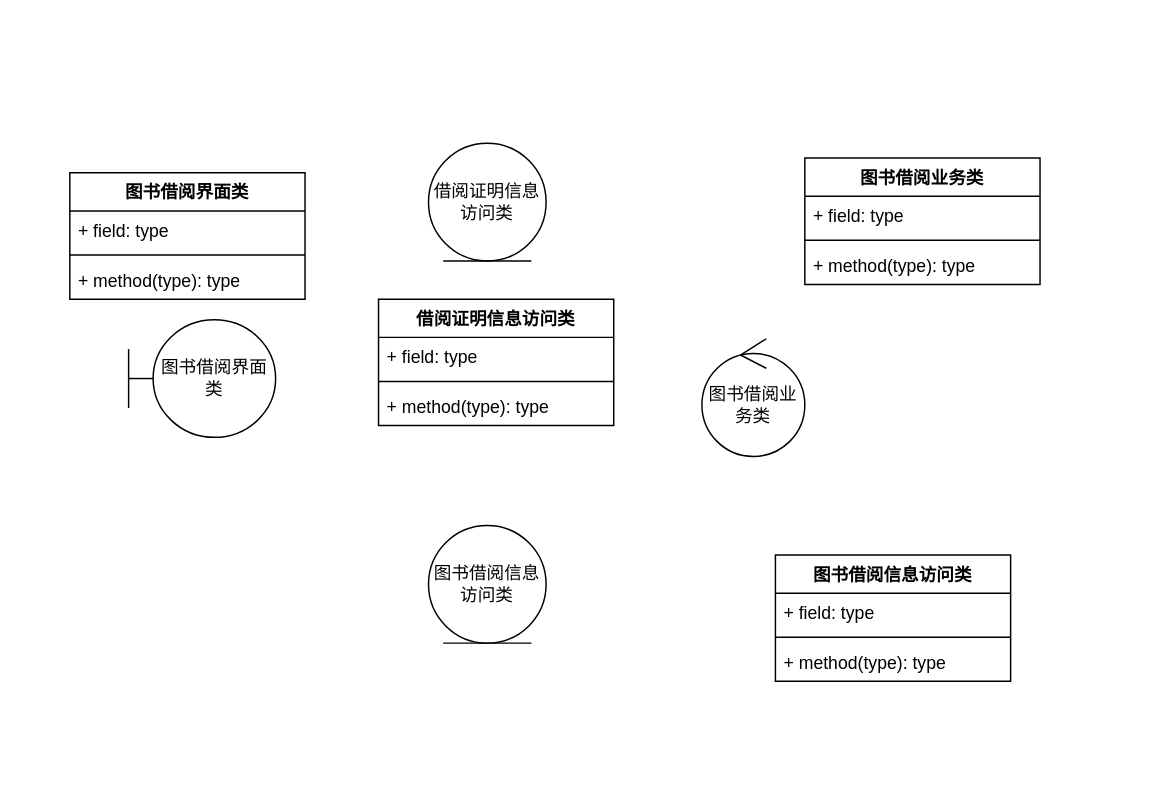
Above: 类和接口.drawio in liuyang0228/text (draw.io), before the change. Source tidied: cells renumbered, new cells numbered last; positions are measured from the earlier drawing's top-left corner, leaving out a move shared by most shapes. Both pictures are drawn from the tidied source at 147%, with x=0, y=0 at pixel (69, 143).
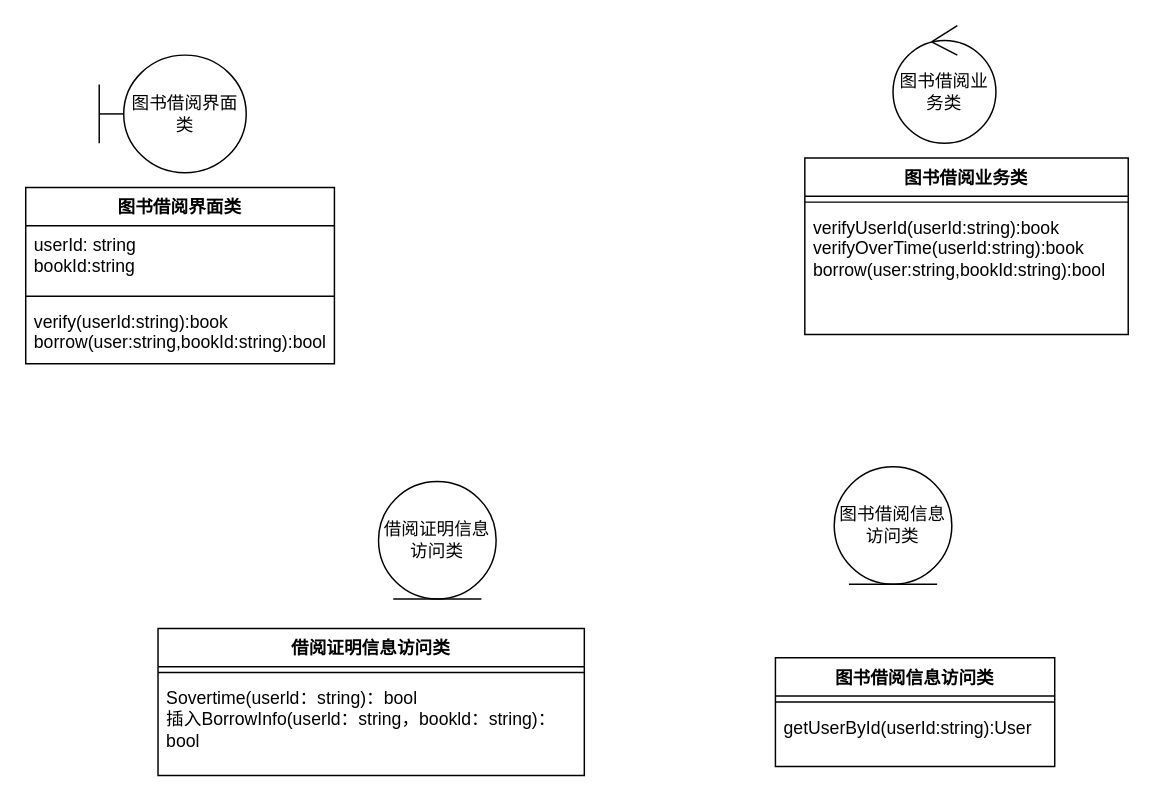
The same diagram, later.

Commit message (it also covers changes not shown here):
更新类和接口.drawio

Diff of the diagram source:
```diff
@@
     <mxCell id="2" value="图书借阅界面类" style="shape=umlBoundary;whiteSpace=wrap;html=1;" parent="1" vertex="1">
-      <mxGeometry x="40" y="120" width="100" height="80" as="geometry" />
+      <mxGeometry x="20" y="-60" width="100" height="80" as="geometry" />
     </mxCell>
     <mxCell id="3" value="借阅证明信息访问类" style="ellipse;shape=umlEntity;whiteSpace=wrap;html=1;" parent="1" vertex="1">
-      <mxGeometry x="244" width="80" height="80" as="geometry" />
+      <mxGeometry x="210" y="230" width="80" height="80" as="geometry" />
     </mxCell>
     <mxCell id="4" value="图书借阅业务类" style="ellipse;shape=umlControl;whiteSpace=wrap;html=1;" parent="1" vertex="1">
-      <mxGeometry x="430" y="133" width="70" height="80" as="geometry" />
+      <mxGeometry x="560" y="-80" width="70" height="80" as="geometry" />
     </mxCell>
     <mxCell id="5" value="图书借阅信息访问类" style="ellipse;shape=umlEntity;whiteSpace=wrap;html=1;" parent="1" vertex="1">
-      <mxGeometry x="244" y="260" width="80" height="80" as="geometry" />
+      <mxGeometry x="520" y="220" width="80" height="80" as="geometry" />
     </mxCell>
     <mxCell id="6" value="图书借阅界面类" style="swimlane;fontStyle=1;align=center;verticalAlign=top;horizontal=1;startSize=26;whiteSpace=wrap;html=1;" parent="1" vertex="1">
-      <mxGeometry y="20" width="160" height="86" as="geometry" />
+      <mxGeometry x="-30" y="30" width="210" height="120" as="geometry" />
     </mxCell>
-    <mxCell id="7" value="+ field: type" style="text;strokeColor=none;fillColor=none;align=left;verticalAlign=top;spacingLeft=4;spacingRight=4;overflow=hidden;whiteSpace=wrap;html=1;" parent="6" vertex="1">
-      <mxGeometry y="26" width="160" height="26" as="geometry" />
+    <mxCell id="7" value="userId: string&lt;br&gt;bookId:string" style="text;strokeColor=none;fillColor=none;align=left;verticalAlign=top;spacingLeft=4;spacingRight=4;overflow=hidden;whiteSpace=wrap;html=1;" parent="6" vertex="1">
+      <mxGeometry y="26" width="210" height="44" as="geometry" />
     </mxCell>
     <mxCell id="8" style="line;strokeWidth=1;fillColor=none;align=left;verticalAlign=middle;spacingTop=-1;spacingLeft=3;spacingRight=3;labelPosition=right;strokeColor=inherit;" parent="6" vertex="1">
-      <mxGeometry y="52" width="160" height="8" as="geometry" />
+      <mxGeometry y="70" width="210" height="8" as="geometry" />
     </mxCell>
-    <mxCell id="9" value="+ method(type): type" style="text;strokeColor=none;fillColor=none;align=left;verticalAlign=top;spacingLeft=4;spacingRight=4;overflow=hidden;whiteSpace=wrap;html=1;" parent="6" vertex="1">
-      <mxGeometry y="60" width="160" height="26" as="geometry" />
+    <mxCell id="9" value="verify(userId:string):book&lt;br&gt;borrow(user:string,bookId:string):bool" style="text;strokeColor=none;fillColor=none;align=left;verticalAlign=top;spacingLeft=4;spacingRight=4;overflow=hidden;whiteSpace=wrap;html=1;" parent="6" vertex="1">
+      <mxGeometry y="78" width="210" height="42" as="geometry" />
     </mxCell>
     <mxCell id="10" value="借阅证明信息访问类" style="swimlane;fontStyle=1;align=center;verticalAlign=top;horizontal=1;startSize=26;whiteSpace=wrap;html=1;" parent="1" vertex="1">
-      <mxGeometry x="210" y="106" width="160" height="86" as="geometry" />
+      <mxGeometry x="60" y="330" width="290" height="100" as="geometry" />
     </mxCell>
-    <mxCell id="11" value="+ field: type" style="text;strokeColor=none;fillColor=none;align=left;verticalAlign=top;spacingLeft=4;spacingRight=4;overflow=hidden;whiteSpace=wrap;html=1;" parent="10" vertex="1">
-      <mxGeometry y="26" width="160" height="26" as="geometry" />
-    </mxCell>
     <mxCell id="12" style="line;strokeWidth=1;fillColor=none;align=left;verticalAlign=middle;spacingTop=-1;spacingLeft=3;spacingRight=3;labelPosition=right;strokeColor=inherit;" parent="10" vertex="1">
-      <mxGeometry y="52" width="160" height="8" as="geometry" />
+      <mxGeometry y="26" width="290" height="8" as="geometry" />
     </mxCell>
-    <mxCell id="13" value="+ method(type): type" style="text;strokeColor=none;fillColor=none;align=left;verticalAlign=top;spacingLeft=4;spacingRight=4;overflow=hidden;whiteSpace=wrap;html=1;" parent="10" vertex="1">
-      <mxGeometry y="60" width="160" height="26" as="geometry" />
+    <mxCell id="13" value="&lt;div&gt;&lt;span style=&quot;background-color: initial;&quot;&gt;Sovertime(userld：string)：bool&lt;/span&gt;&lt;br&gt;&lt;/div&gt;&lt;div&gt;插入BorrowInfo(userld：string，bookld：string)：bool&lt;/div&gt;&lt;div&gt;&lt;br&gt;&lt;/div&gt;" style="text;strokeColor=none;fillColor=none;align=left;verticalAlign=top;spacingLeft=4;spacingRight=4;overflow=hidden;whiteSpace=wrap;html=1;" parent="10" vertex="1">
+      <mxGeometry y="34" width="290" height="66" as="geometry" />
     </mxCell>
     <mxCell id="14" value="图书借阅业务类" style="swimlane;fontStyle=1;align=center;verticalAlign=top;horizontal=1;startSize=26;whiteSpace=wrap;html=1;" parent="1" vertex="1">
-      <mxGeometry x="500" y="10" width="160" height="86" as="geometry" />
+      <mxGeometry x="500" y="10" width="220" height="120" as="geometry" />
     </mxCell>
-    <mxCell id="15" value="+ field: type" style="text;strokeColor=none;fillColor=none;align=left;verticalAlign=top;spacingLeft=4;spacingRight=4;overflow=hidden;whiteSpace=wrap;html=1;" parent="14" vertex="1">
-      <mxGeometry y="26" width="160" height="26" as="geometry" />
-    </mxCell>
     <mxCell id="16" style="line;strokeWidth=1;fillColor=none;align=left;verticalAlign=middle;spacingTop=-1;spacingLeft=3;spacingRight=3;labelPosition=right;strokeColor=inherit;" parent="14" vertex="1">
-      <mxGeometry y="52" width="160" height="8" as="geometry" />
+      <mxGeometry y="26" width="220" height="8" as="geometry" />
     </mxCell>
-    <mxCell id="17" value="+ method(type): type" style="text;strokeColor=none;fillColor=none;align=left;verticalAlign=top;spacingLeft=4;spacingRight=4;overflow=hidden;whiteSpace=wrap;html=1;" parent="14" vertex="1">
-      <mxGeometry y="60" width="160" height="26" as="geometry" />
+    <mxCell id="17" value="verifyUserId(userId:string):book&lt;br&gt;verifyOverTime(userId:string):book&lt;br style=&quot;border-color: var(--border-color);&quot;&gt;borrow(user:string,bookId:string):bool" style="text;strokeColor=none;fillColor=none;align=left;verticalAlign=top;spacingLeft=4;spacingRight=4;overflow=hidden;whiteSpace=wrap;html=1;" parent="14" vertex="1">
+      <mxGeometry y="34" width="220" height="86" as="geometry" />
     </mxCell>
     <mxCell id="18" value="图书借阅信息访问类" style="swimlane;fontStyle=1;align=center;verticalAlign=top;horizontal=1;startSize=26;whiteSpace=wrap;html=1;" parent="1" vertex="1">
-      <mxGeometry x="480" y="280" width="160" height="86" as="geometry" />
+      <mxGeometry x="480" y="350" width="190" height="74" as="geometry" />
     </mxCell>
-    <mxCell id="19" value="+ field: type" style="text;strokeColor=none;fillColor=none;align=left;verticalAlign=top;spacingLeft=4;spacingRight=4;overflow=hidden;whiteSpace=wrap;html=1;" parent="18" vertex="1">
-      <mxGeometry y="26" width="160" height="26" as="geometry" />
-    </mxCell>
     <mxCell id="20" style="line;strokeWidth=1;fillColor=none;align=left;verticalAlign=middle;spacingTop=-1;spacingLeft=3;spacingRight=3;labelPosition=right;strokeColor=inherit;" parent="18" vertex="1">
-      <mxGeometry y="52" width="160" height="8" as="geometry" />
+      <mxGeometry y="26" width="190" height="8" as="geometry" />
     </mxCell>
-    <mxCell id="21" value="+ method(type): type" style="text;strokeColor=none;fillColor=none;align=left;verticalAlign=top;spacingLeft=4;spacingRight=4;overflow=hidden;whiteSpace=wrap;html=1;" parent="18" vertex="1">
-      <mxGeometry y="60" width="160" height="26" as="geometry" />
+    <mxCell id="21" value="getUserById(userId:string):User" style="text;strokeColor=none;fillColor=none;align=left;verticalAlign=top;spacingLeft=4;spacingRight=4;overflow=hidden;whiteSpace=wrap;html=1;" parent="18" vertex="1">
+      <mxGeometry y="34" width="190" height="40" as="geometry" />
     </mxCell>
```
